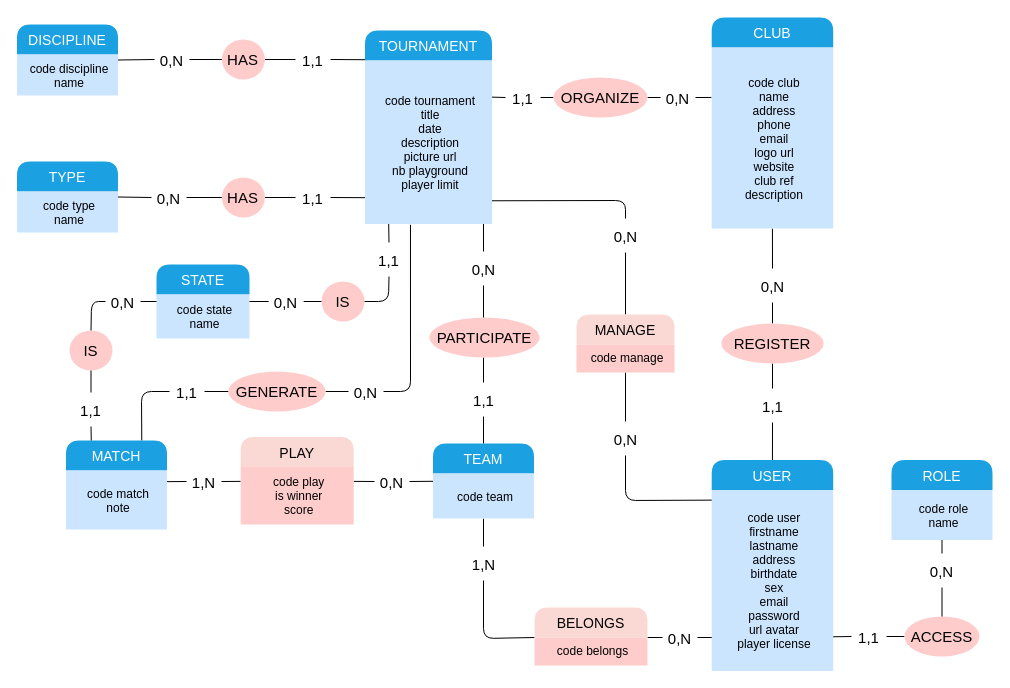
Above: docs/MCD/MCD-V2.drawio in Thevenin-Jonathan/Tournament (draw.io), before the change. Source tidied: cells renumbered, new cells numbered last; positions are measured from the earlier drawing's top-left corner, leaving out a move shared by most shapes. Both pictures are drawn from the tidied source at 100%, with x=0, y=0 at pixel (17, 17).
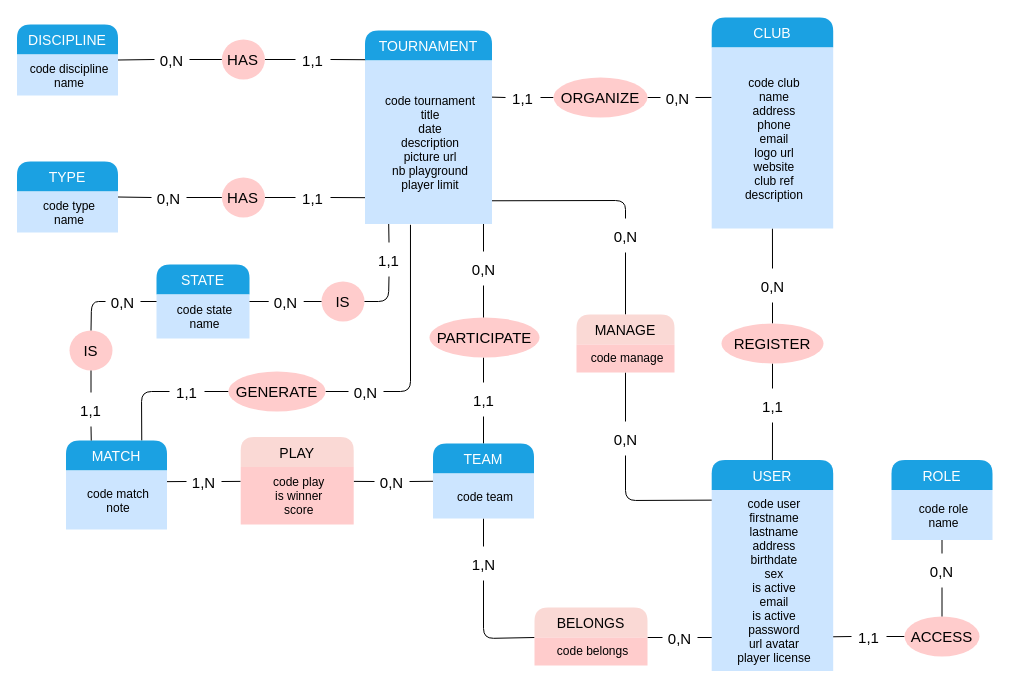
The same diagram, later.

Commit message (it also covers changes not shown here):
doc: add "is_active" attribut in table user

Unchanged cells that the change refers to:
```xml
<mxCell id="69" value="USER" style="swimlane;horizontal=1;startSize=30;rounded=1;fontSize=14;fontStyle=0;strokeWidth=2;shadow=0;dashed=0;align=center;fillColor=#1ba1e2;fontColor=#ffffff;strokeColor=none;swimlaneLine=0;" parent="1" vertex="1">
  <mxGeometry x="694.2" y="442.5" width="121.5" height="211" as="geometry" />
</mxCell>
```

Change to the diagram source:
```diff
@@
-    <mxCell id="70" value="code user&#10;firstname&#10;lastname&#10;address&#10;birthdate&#10;sex&#10;email&#10;password&#10;url avatar&#10;player license" style="align=center;strokeColor=none;fillColor=#cce5ff;spacingLeft=4;fontSize=12;verticalAlign=middle;fontColor=#000000;" parent="69" vertex="1">
+    <mxCell id="70" value="code user&#10;firstname&#10;lastname&#10;address&#10;birthdate&#10;sex&#10;is active&#10;email&#10;is active&#10;password&#10;url avatar&#10;player license" style="align=center;strokeColor=none;fillColor=#cce5ff;spacingLeft=4;fontSize=12;verticalAlign=middle;fontColor=#000000;" parent="69" vertex="1">
       <mxGeometry y="30" width="121.5" height="181" as="geometry" />
     </mxCell>
```
